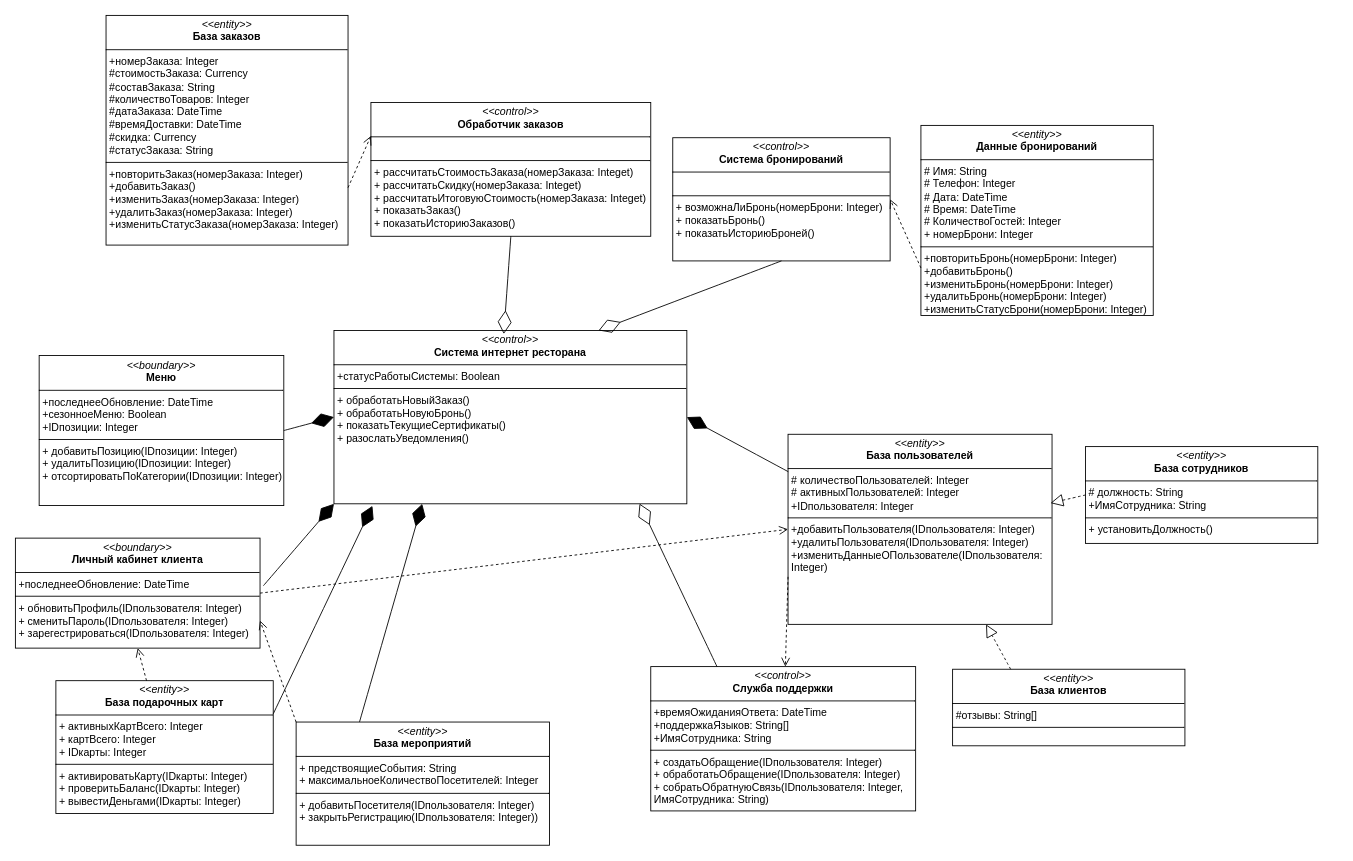
Before: 5 практика диаграмма акмс.drawio in danaddi/draw.io, a draw.io diagram. Source tidied: cells renumbered, new cells numbered last; positions are measured from the earlier drawing's top-left corner, leaving out a move shared by most shapes. Both pictures are drawn from the tidied source at 88%, with x=0, y=0 at pixel (15, 15).
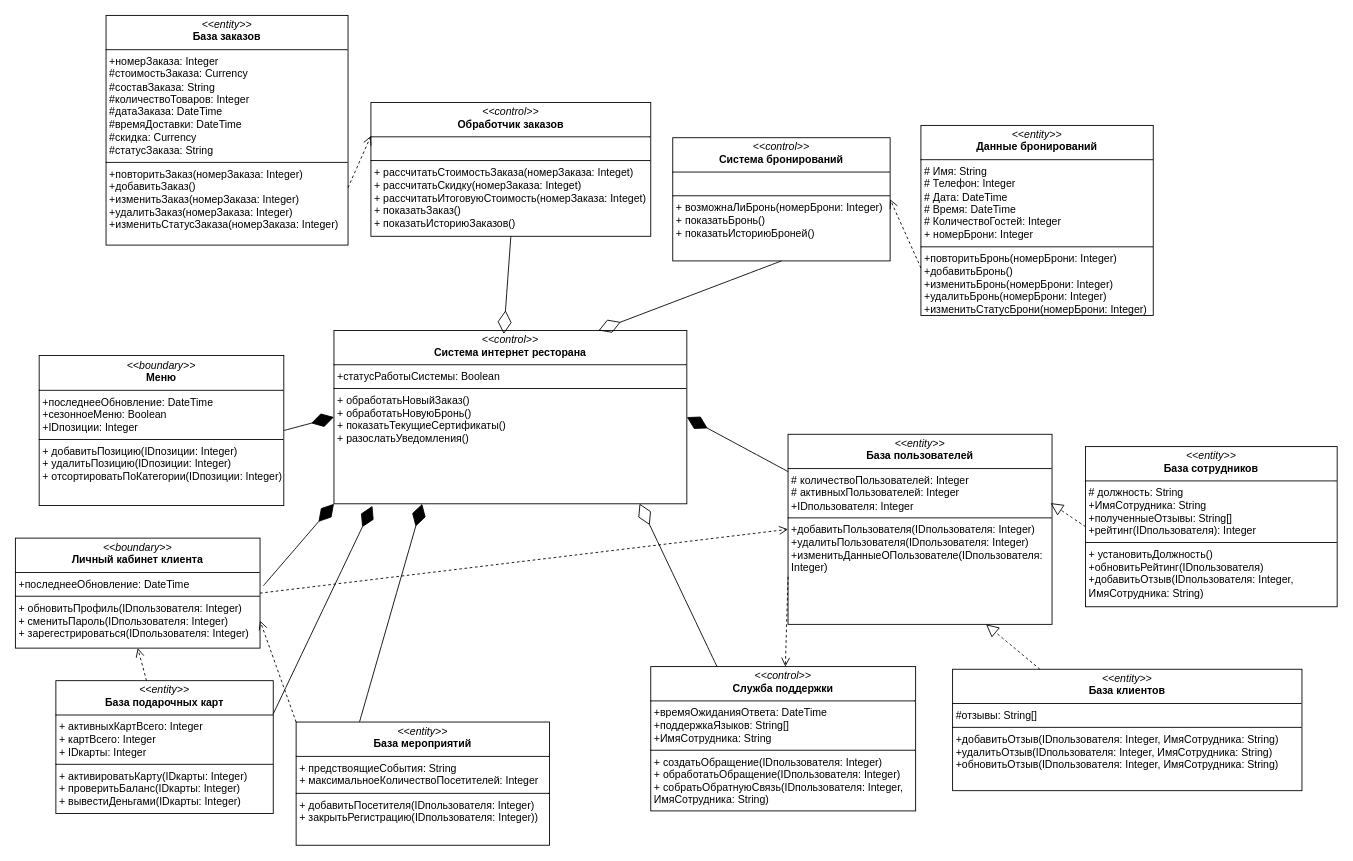
The same page after the edit.

The edit, as a diff of the source:
```diff
@@
-    <mxCell id="27" value="&lt;p style=&quot;margin:0px;margin-top:4px;text-align:center;&quot;&gt;&lt;i&gt;&amp;lt;&amp;lt;entity&amp;gt;&amp;gt;&lt;/i&gt;&lt;br&gt;&lt;b&gt;База сотрудников&lt;/b&gt;&lt;/p&gt;&lt;hr size=&quot;1&quot; style=&quot;border-style:solid;&quot;&gt;&lt;p style=&quot;margin:0px;margin-left:4px;&quot;&gt;# должность: String&lt;br&gt;&lt;/p&gt;&lt;p style=&quot;margin:0px;margin-left:4px;&quot;&gt;+ИмяСотрудника: String&lt;/p&gt;&lt;hr size=&quot;1&quot; style=&quot;border-style:solid;&quot;&gt;&lt;p style=&quot;margin: 0px 0px 0px 4px;&quot;&gt;+ установитьДолжность()&lt;/p&gt;" style="verticalAlign=top;align=left;overflow=fill;html=1;whiteSpace=wrap;" parent="1" vertex="1">
-      <mxGeometry x="1216" y="490" width="264" height="110" as="geometry" />
+    <mxCell id="27" value="&lt;p style=&quot;margin:0px;margin-top:4px;text-align:center;&quot;&gt;&lt;i&gt;&amp;lt;&amp;lt;entity&amp;gt;&amp;gt;&lt;/i&gt;&lt;br&gt;&lt;b&gt;База сотрудников&lt;/b&gt;&lt;/p&gt;&lt;hr size=&quot;1&quot; style=&quot;border-style:solid;&quot;&gt;&lt;p style=&quot;margin:0px;margin-left:4px;&quot;&gt;# должность: String&lt;br&gt;&lt;/p&gt;&lt;p style=&quot;margin:0px;margin-left:4px;&quot;&gt;+ИмяСотрудника: String&lt;/p&gt;&lt;p style=&quot;margin:0px;margin-left:4px;&quot;&gt;+полученныеОтзывы: String[]&lt;/p&gt;&lt;p style=&quot;margin:0px;margin-left:4px;&quot;&gt;+рейтинг(IDпользователя): Integer&lt;/p&gt;&lt;hr size=&quot;1&quot; style=&quot;border-style:solid;&quot;&gt;&lt;p style=&quot;margin: 0px 0px 0px 4px;&quot;&gt;+ установитьДолжность()&lt;/p&gt;&lt;p style=&quot;margin: 0px 0px 0px 4px;&quot;&gt;+обновитьРейтинг(IDпользователя)&lt;/p&gt;&lt;p style=&quot;margin: 0px 0px 0px 4px;&quot;&gt;+добавитьОтзыв(&lt;span style=&quot;background-color: transparent; color: light-dark(rgb(0, 0, 0), rgb(255, 255, 255));&quot;&gt;ID&lt;/span&gt;&lt;span style=&quot;background-color: transparent; color: light-dark(rgb(0, 0, 0), rgb(255, 255, 255));&quot;&gt;пользователя&lt;/span&gt;&lt;span style=&quot;background-color: transparent; color: light-dark(rgb(0, 0, 0), rgb(255, 255, 255));&quot;&gt;: Integer, ИмяСотрудника&lt;/span&gt;&lt;span style=&quot;background-color: transparent; color: light-dark(rgb(0, 0, 0), rgb(255, 255, 255));&quot;&gt;: String&lt;/span&gt;&lt;span style=&quot;background-color: transparent; color: light-dark(rgb(0, 0, 0), rgb(255, 255, 255));&quot;&gt;)&lt;/span&gt;&lt;/p&gt;" style="verticalAlign=top;align=left;overflow=fill;html=1;whiteSpace=wrap;" parent="1" vertex="1">
+      <mxGeometry x="1216" y="490" width="286" height="182" as="geometry" />
     </mxCell>
-    <mxCell id="28" value="&lt;p style=&quot;margin:0px;margin-top:4px;text-align:center;&quot;&gt;&lt;i&gt;&amp;lt;&amp;lt;entity&amp;gt;&amp;gt;&lt;/i&gt;&lt;br&gt;&lt;b&gt;База клиентов&lt;/b&gt;&lt;/p&gt;&lt;hr size=&quot;1&quot; style=&quot;border-style:solid;&quot;&gt;&lt;p style=&quot;margin:0px;margin-left:4px;&quot;&gt;#отзывы: String[]&lt;/p&gt;&lt;hr size=&quot;1&quot; style=&quot;border-style:solid;&quot;&gt;&lt;p style=&quot;margin: 0px 0px 0px 4px;&quot;&gt;&lt;br&gt;&lt;/p&gt;" style="verticalAlign=top;align=left;overflow=fill;html=1;whiteSpace=wrap;" parent="1" vertex="1">
-      <mxGeometry x="1065" y="743" width="264" height="87" as="geometry" />
+    <mxCell id="28" value="&lt;p style=&quot;margin:0px;margin-top:4px;text-align:center;&quot;&gt;&lt;i&gt;&amp;lt;&amp;lt;entity&amp;gt;&amp;gt;&lt;/i&gt;&lt;br&gt;&lt;b&gt;База клиентов&lt;/b&gt;&lt;/p&gt;&lt;hr size=&quot;1&quot; style=&quot;border-style:solid;&quot;&gt;&lt;p style=&quot;margin:0px;margin-left:4px;&quot;&gt;#отзывы: String[]&lt;/p&gt;&lt;hr size=&quot;1&quot; style=&quot;border-style:solid;&quot;&gt;&lt;p style=&quot;margin: 0px 0px 0px 4px;&quot;&gt;+добавитьОтзыв(&lt;span style=&quot;background-color: transparent; color: light-dark(rgb(0, 0, 0), rgb(255, 255, 255));&quot;&gt;ID&lt;/span&gt;&lt;span style=&quot;background-color: transparent; color: light-dark(rgb(0, 0, 0), rgb(255, 255, 255));&quot;&gt;пользователя&lt;/span&gt;&lt;span style=&quot;background-color: transparent; color: light-dark(rgb(0, 0, 0), rgb(255, 255, 255));&quot;&gt;: Integer, ИмяСотрудника&lt;/span&gt;&lt;span style=&quot;background-color: transparent; color: light-dark(rgb(0, 0, 0), rgb(255, 255, 255));&quot;&gt;: String&lt;/span&gt;&lt;span style=&quot;background-color: transparent; color: light-dark(rgb(0, 0, 0), rgb(255, 255, 255));&quot;&gt;)&lt;/span&gt;&lt;/p&gt;&lt;p style=&quot;margin: 0px 0px 0px 4px;&quot;&gt;+удалитьОтзыв(&lt;span style=&quot;background-color: transparent; color: light-dark(rgb(0, 0, 0), rgb(255, 255, 255));&quot;&gt;ID&lt;/span&gt;&lt;span style=&quot;background-color: transparent; color: light-dark(rgb(0, 0, 0), rgb(255, 255, 255));&quot;&gt;пользователя&lt;/span&gt;&lt;span style=&quot;background-color: transparent; color: light-dark(rgb(0, 0, 0), rgb(255, 255, 255));&quot;&gt;: Integer, ИмяСотрудника&lt;/span&gt;&lt;span style=&quot;background-color: transparent; color: light-dark(rgb(0, 0, 0), rgb(255, 255, 255));&quot;&gt;: String&lt;/span&gt;&lt;span style=&quot;background-color: transparent; color: light-dark(rgb(0, 0, 0), rgb(255, 255, 255));&quot;&gt;)&lt;/span&gt;&lt;/p&gt;&lt;p style=&quot;margin: 0px 0px 0px 4px;&quot;&gt;+обновитьОтзыв(&lt;span style=&quot;background-color: transparent; color: light-dark(rgb(0, 0, 0), rgb(255, 255, 255));&quot;&gt;ID&lt;/span&gt;&lt;span style=&quot;background-color: transparent; color: light-dark(rgb(0, 0, 0), rgb(255, 255, 255));&quot;&gt;пользователя&lt;/span&gt;&lt;span style=&quot;background-color: transparent; color: light-dark(rgb(0, 0, 0), rgb(255, 255, 255));&quot;&gt;: Integer, ИмяСотрудника&lt;/span&gt;&lt;span style=&quot;background-color: transparent; color: light-dark(rgb(0, 0, 0), rgb(255, 255, 255));&quot;&gt;: String&lt;/span&gt;&lt;span style=&quot;background-color: transparent; color: light-dark(rgb(0, 0, 0), rgb(255, 255, 255));&quot;&gt;)&lt;/span&gt;&lt;/p&gt;" style="verticalAlign=top;align=left;overflow=fill;html=1;whiteSpace=wrap;" parent="1" vertex="1">
+      <mxGeometry x="1065" y="743" width="397" height="138" as="geometry" />
     </mxCell>
```
